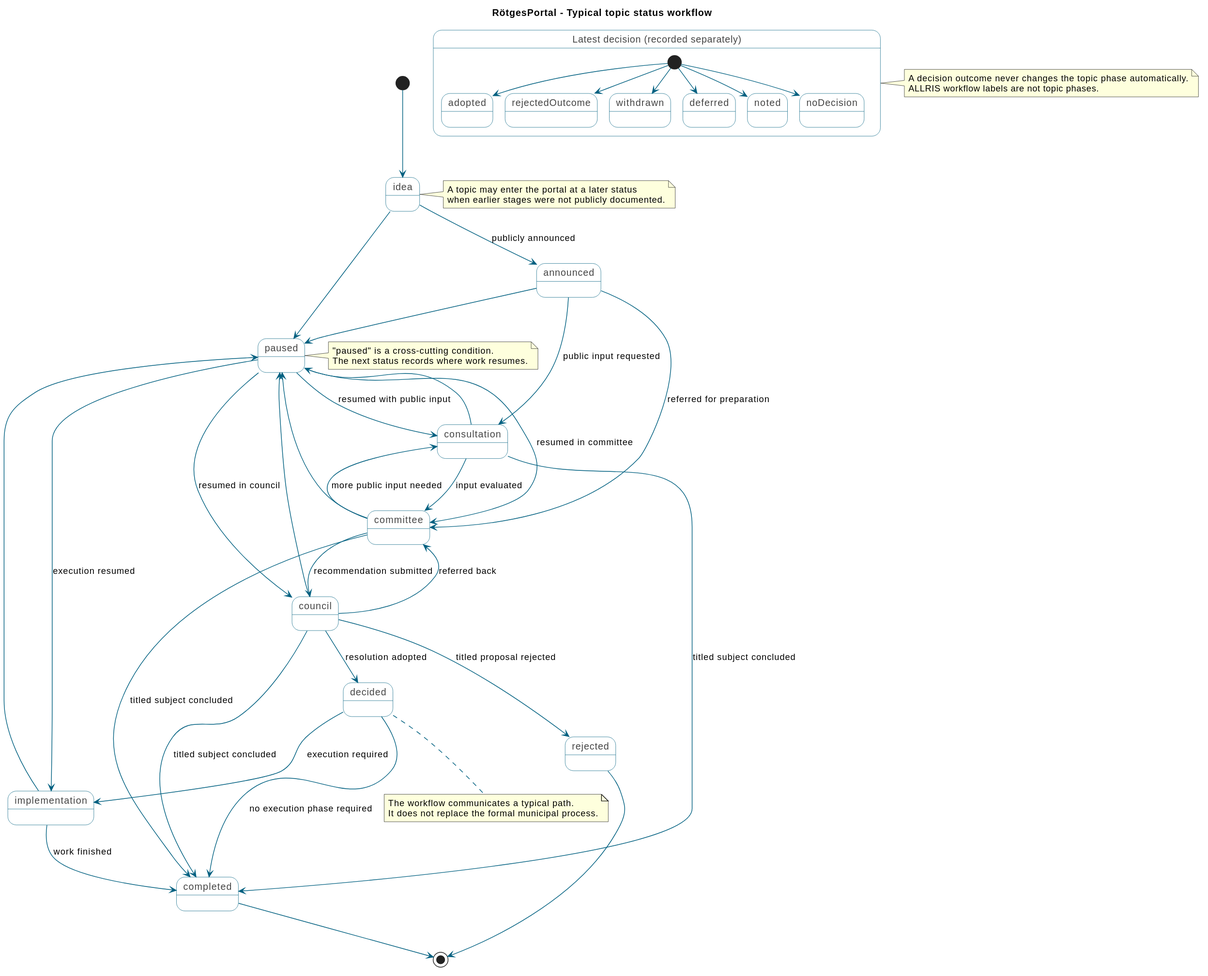
Before: docs/architecture/topic-status-workflow.svg, a diagram exported from PlantUML (codeWithDEI/RoetgesPortal).
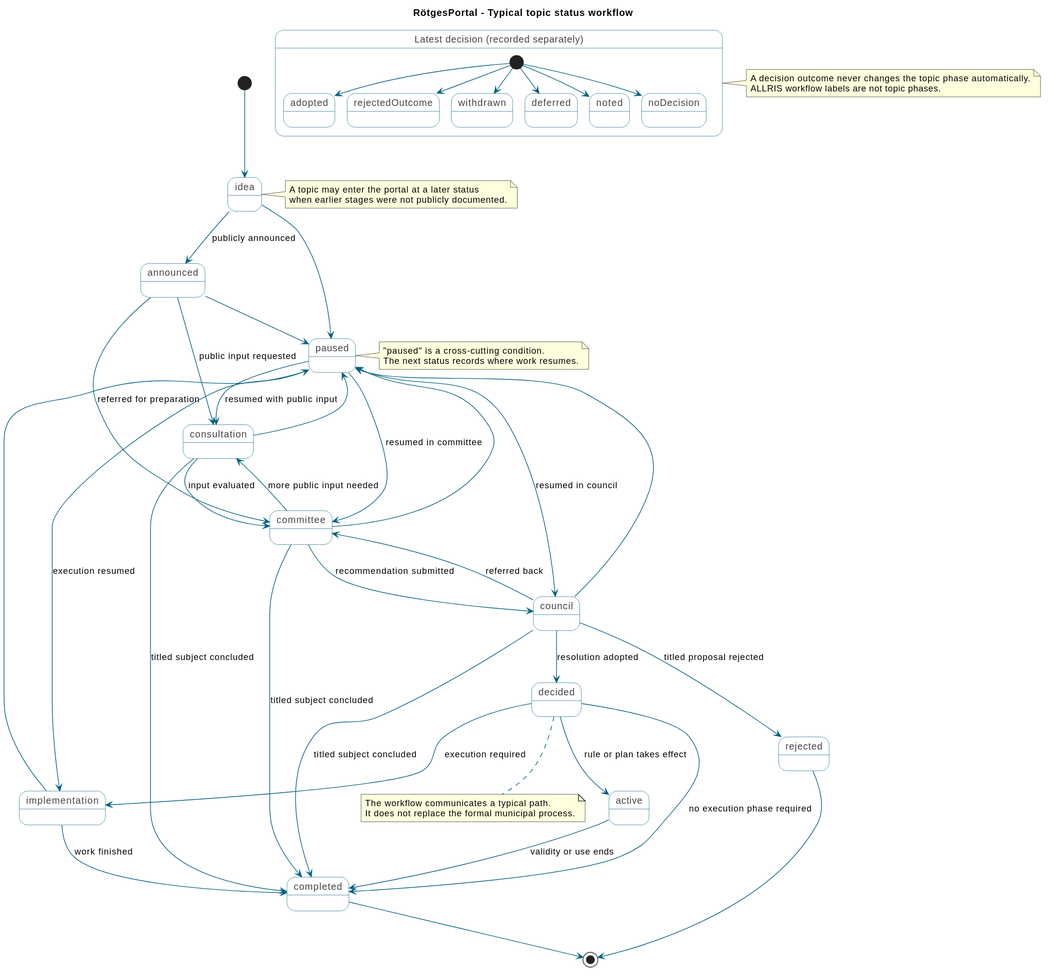
The same diagram one commit later.

Commit message:
Add active topic phase

Change to the diagram source:
```diff
@@ -18,8 +18,10 @@
 committee --> council : recommendation submitted
 council --> decided : resolution adopted
 decided --> implementation : execution required
+decided --> active : rule or plan takes effect
 decided --> completed : no execution phase required
 implementation --> completed : work finished
+active --> completed : validity or use ends
 
 committee --> consultation : more public input needed
 council --> committee : referred back
```
